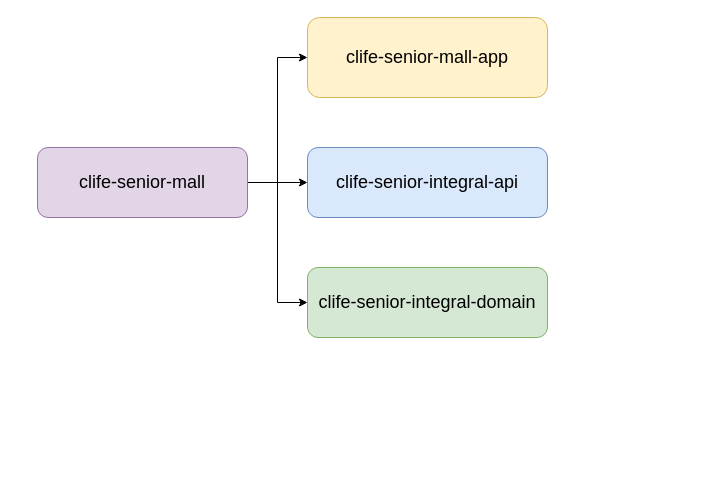
The draw.io diagram 工程模块设计.drawio in messi122/picture, before the edit. Source tidied: cells renumbered, new cells numbered last; positions are measured from the earlier drawing's top-left corner, leaving out a move shared by most shapes. Both pictures are drawn from the tidied source at 100%, with x=0, y=0 at pixel (37, 17).
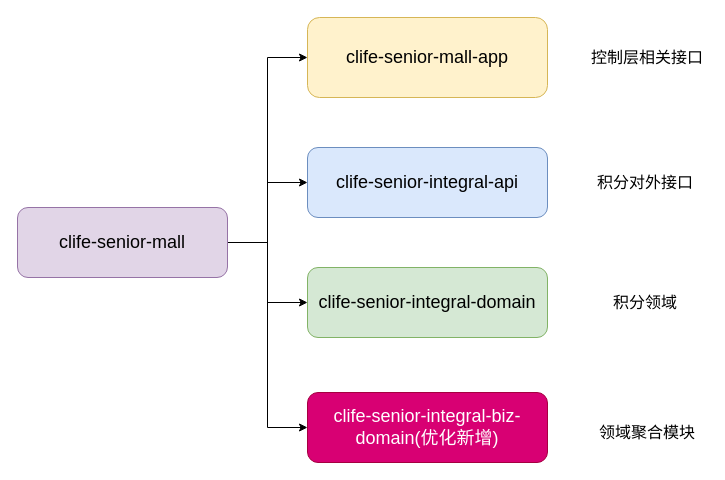
The same diagram, later.

Commit message:
更新工程模块设计.drawio

What changed in the source:
```diff
@@
 <mxGraphModel>
   <root>
     <mxCell id="0" />
     <mxCell id="1" parent="0" />
     <mxCell id="2" style="edgeStyle=orthogonalEdgeStyle;rounded=0;jettySize=auto;html=1;exitX=1;exitY=0.5;exitDx=0;exitDy=0;entryX=0;entryY=0.5;entryDx=0;entryDy=0;" parent="1" edge="1" source="5" target="6">
       <mxGeometry relative="1" as="geometry" />
     </mxCell>
     <mxCell id="3" style="edgeStyle=orthogonalEdgeStyle;rounded=0;jettySize=auto;html=1;exitX=1;exitY=0.5;exitDx=0;exitDy=0;entryX=0;entryY=0.5;entryDx=0;entryDy=0;" parent="1" edge="1" source="5" target="8">
       <mxGeometry relative="1" as="geometry" />
     </mxCell>
     <mxCell id="4" style="edgeStyle=orthogonalEdgeStyle;rounded=0;jettySize=auto;html=1;exitX=1;exitY=0.5;exitDx=0;exitDy=0;entryX=0;entryY=0.5;entryDx=0;entryDy=0;" parent="1" edge="1" source="5" target="7">
       <mxGeometry relative="1" as="geometry" />
     </mxCell>
+    <mxCell id="9" style="edgeStyle=orthogonalEdgeStyle;rounded=0;jettySize=auto;html=1;exitX=1;exitY=0.5;exitDx=0;exitDy=0;entryX=0;entryY=0.5;entryDx=0;entryDy=0;" parent="1" edge="1" source="5" target="10">
+      <mxGeometry relative="1" as="geometry" />
+    </mxCell>
     <mxCell id="5" value="&lt;font style=&quot;font-size: 18px;&quot;&gt;clife-senior-mall&lt;/font&gt;" style="rounded=1;whiteSpace=wrap;html=1;fillColor=#e1d5e7;strokeColor=#9673a6;" parent="1" vertex="1">
-      <mxGeometry y="130" width="210" height="70" as="geometry" />
+      <mxGeometry x="-20" y="190" width="210" height="70" as="geometry" />
     </mxCell>
     <mxCell id="6" value="&lt;font style=&quot;font-size: 18px;&quot;&gt;clife-senior-mall-app&lt;/font&gt;" style="rounded=1;whiteSpace=wrap;html=1;fillColor=#fff2cc;strokeColor=#d6b656;" parent="1" vertex="1">
       <mxGeometry x="270" width="240" height="80" as="geometry" />
     </mxCell>
     <mxCell id="7" value="&lt;font style=&quot;font-size: 18px;&quot;&gt;clife-senior-integral-api&lt;/font&gt;" style="rounded=1;whiteSpace=wrap;html=1;fillColor=#dae8fc;strokeColor=#6c8ebf;" parent="1" vertex="1">
       <mxGeometry x="270" y="130" width="240" height="70" as="geometry" />
     </mxCell>
     <mxCell id="8" value="&lt;font style=&quot;font-size: 18px;&quot;&gt;clife-senior-integral-domain&lt;/font&gt;" style="rounded=1;whiteSpace=wrap;html=1;fillColor=#d5e8d4;strokeColor=#82b366;" parent="1" vertex="1">
       <mxGeometry x="270" y="250" width="240" height="70" as="geometry" />
     </mxCell>
+    <mxCell id="10" value="&lt;font style=&quot;font-size: 18px;&quot;&gt;clife-senior-integral-biz-domain(优化新增)&lt;/font&gt;" style="rounded=1;whiteSpace=wrap;html=1;fillColor=#d80073;strokeColor=#A50040;fontColor=#ffffff;" parent="1" vertex="1">
+      <mxGeometry x="270" y="375" width="240" height="70" as="geometry" />
+    </mxCell>
+    <mxCell id="11" value="&lt;font style=&quot;font-size: 16px;&quot;&gt;控制层相关接口&lt;/font&gt;" style="text;html=1;align=center;verticalAlign=middle;whiteSpace=wrap;rounded=0;" parent="1" vertex="1">
+      <mxGeometry x="550" y="28.8" width="120" height="22.5" as="geometry" />
+    </mxCell>
+    <mxCell id="12" value="&lt;font style=&quot;font-size: 16px;&quot;&gt;积分对外接口&lt;/font&gt;" style="text;html=1;align=center;verticalAlign=middle;whiteSpace=wrap;rounded=0;" parent="1" vertex="1">
+      <mxGeometry x="552.5" y="151.2" width="110" height="27.5" as="geometry" />
+    </mxCell>
+    <mxCell id="13" value="&lt;span style=&quot;font-size: 16px;&quot;&gt;领域聚合模块&lt;/span&gt;" style="text;html=1;align=center;verticalAlign=middle;whiteSpace=wrap;rounded=0;" parent="1" vertex="1">
+      <mxGeometry x="550" y="400" width="120" height="30" as="geometry" />
+    </mxCell>
+    <mxCell id="14" value="&lt;font style=&quot;font-size: 16px;&quot;&gt;积分领域&lt;/font&gt;" style="text;html=1;align=center;verticalAlign=middle;whiteSpace=wrap;rounded=0;" parent="1" vertex="1">
+      <mxGeometry x="552.5" y="271.2" width="110" height="27.5" as="geometry" />
+    </mxCell>
   </root>
 </mxGraphModel>
```
